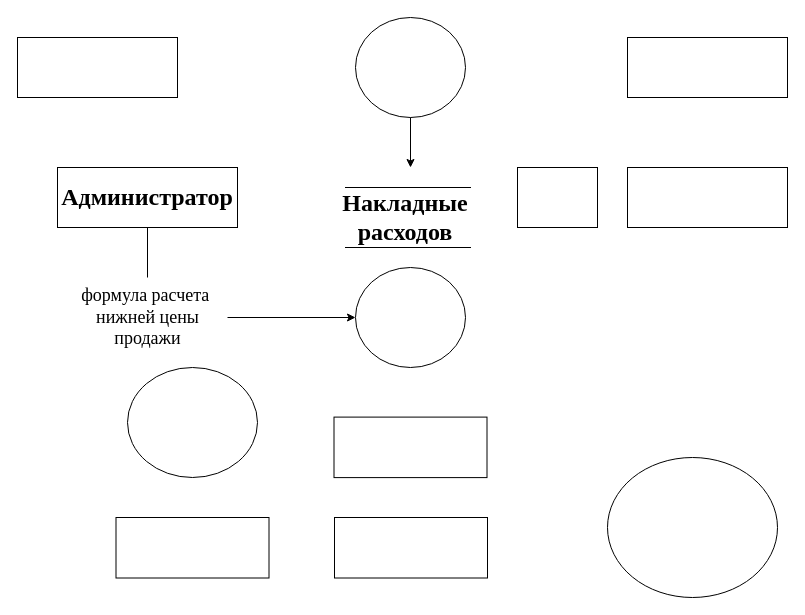
Antwan228/GitBush keeps this draw.io diagram as Диаграмма без названия.drawio. Above is the earlier version. Source tidied: cells renumbered, new cells numbered last; positions are measured from the earlier drawing's top-left corner, leaving out a move shared by most shapes. Both pictures are drawn from the tidied source at 100%, with x=0, y=0 at pixel (17, 17).
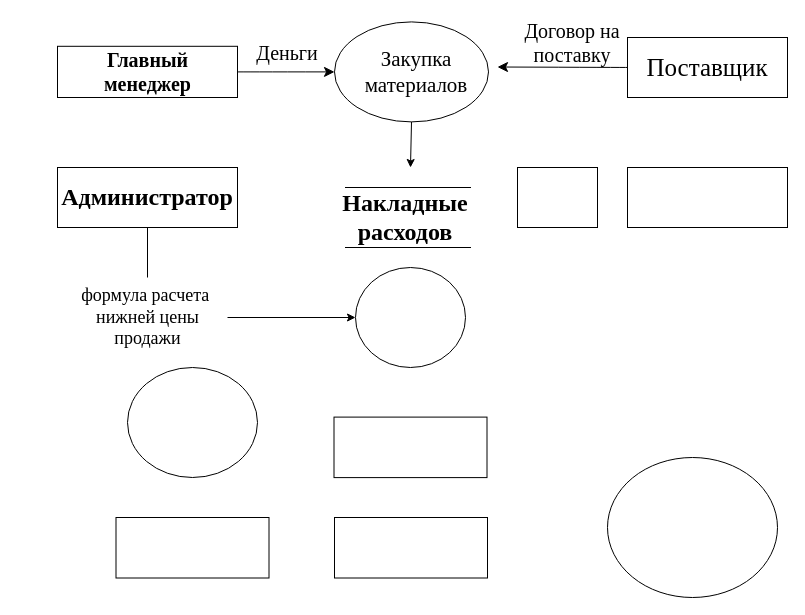
The same diagram, later.

The edit, as a diff of the source:
```diff
@@
     <mxCell id="2" style="ellipse;whiteSpace=wrap;html=1;" parent="1" vertex="1">
-      <mxGeometry x="338" width="110" height="100" as="geometry" />
+      <mxGeometry x="317" y="4.4" width="154" height="100" as="geometry" />
     </mxCell>
@@
-    <mxCell id="7" style="rounded=0;whiteSpace=wrap;html=1;" parent="1" vertex="1">
-      <mxGeometry y="20" width="160" height="60" as="geometry" />
-    </mxCell>
@@
+    <mxCell id="20" value="&lt;font style=&quot;font-size: 21px;&quot; face=&quot;Times New Roman&quot;&gt;Закупка материалов&lt;/font&gt;" style="text;html=1;strokeColor=none;fillColor=none;align=center;verticalAlign=middle;whiteSpace=wrap;rounded=0;fontSize=16;" parent="1" vertex="1">
+      <mxGeometry x="328" y="20" width="142" height="70" as="geometry" />
+    </mxCell>
+    <mxCell id="21" style="edgeStyle=none;curved=1;rounded=0;jettySize=auto;html=1;exitX=0;exitY=0.5;exitDx=0;exitDy=0;fontSize=12;startSize=8;endSize=8;" parent="1" edge="1" source="22">
+      <mxGeometry relative="1" as="geometry">
+        <mxPoint x="480" y="49.5" as="targetPoint" />
+      </mxGeometry>
+    </mxCell>
+    <mxCell id="22" value="&lt;font style=&quot;font-size: 25px;&quot; face=&quot;Times New Roman&quot;&gt;Поставщик&lt;/font&gt;" style="text;html=1;strokeColor=none;fillColor=none;align=center;verticalAlign=middle;whiteSpace=wrap;rounded=0;fontSize=16;" parent="1" vertex="1">
+      <mxGeometry x="610" y="31.2" width="160" height="37.5" as="geometry" />
+    </mxCell>
+    <mxCell id="23" style="group;" parent="1" vertex="1">
+      <mxGeometry x="40" y="28.8" width="180" height="51.2" as="geometry" />
+    </mxCell>
+    <mxCell id="7" style="rounded=0;whiteSpace=wrap;html=1;" parent="23" vertex="1">
+      <mxGeometry width="180" height="51.2" as="geometry" />
+    </mxCell>
+    <mxCell id="24" value="&lt;font face=&quot;Times New Roman&quot; style=&quot;font-size: 20px;&quot;&gt;&lt;b&gt;Главный менеджер&lt;/b&gt;&lt;/font&gt;" style="text;html=1;strokeColor=none;fillColor=none;align=center;verticalAlign=middle;whiteSpace=wrap;rounded=0;fontSize=16;" parent="23" vertex="1">
+      <mxGeometry x="15.5" y="4.3" width="149.1" height="42.7" as="geometry" />
+    </mxCell>
+    <mxCell id="25" style="edgeStyle=none;curved=1;rounded=0;jettySize=auto;html=1;exitX=1;exitY=0.5;exitDx=0;exitDy=0;entryX=0;entryY=0.5;entryDx=0;entryDy=0;fontSize=12;startSize=8;endSize=8;" parent="1" edge="1" source="7" target="2">
+      <mxGeometry relative="1" as="geometry" />
+    </mxCell>
+    <mxCell id="26" value="&lt;font style=&quot;font-size: 20px;&quot; face=&quot;Times New Roman&quot;&gt;Деньги&lt;/font&gt;" style="text;html=1;strokeColor=none;fillColor=none;align=center;verticalAlign=middle;whiteSpace=wrap;rounded=0;fontSize=16;" parent="1" vertex="1">
+      <mxGeometry x="230" y="20" width="80" height="30" as="geometry" />
+    </mxCell>
+    <mxCell id="27" value="&lt;font face=&quot;Times New Roman&quot; style=&quot;font-size: 20px;&quot;&gt;Договор на поставку&lt;/font&gt;" style="text;html=1;strokeColor=none;fillColor=none;align=center;verticalAlign=middle;whiteSpace=wrap;rounded=0;fontSize=16;" parent="1" vertex="1">
+      <mxGeometry x="500" y="10" width="110" height="30" as="geometry" />
+    </mxCell>
```
